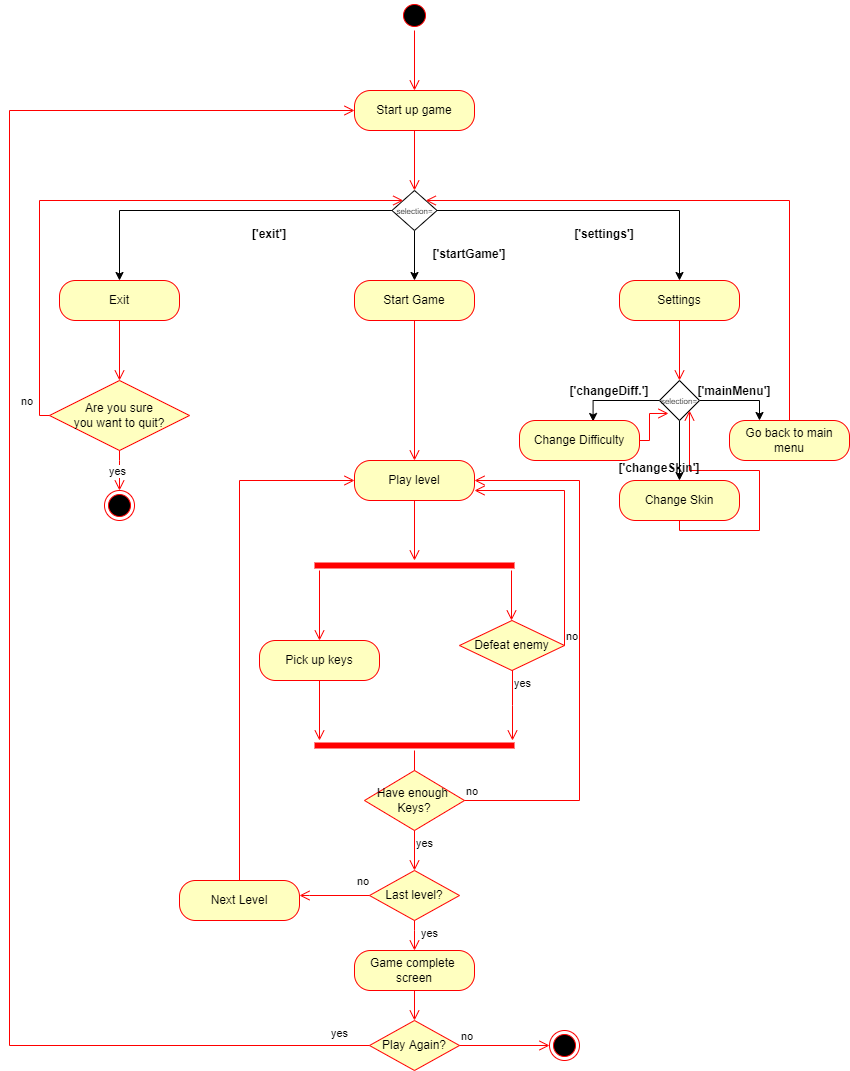
Earlier version of the draw.io export Lab6ActivityDiagram.drawio.png (BillQuain/Tactical_Chicken). Source tidied: cells renumbered, new cells last; positions are measured from the earlier drawing's top-left corner, leaving out a move shared by most shapes.
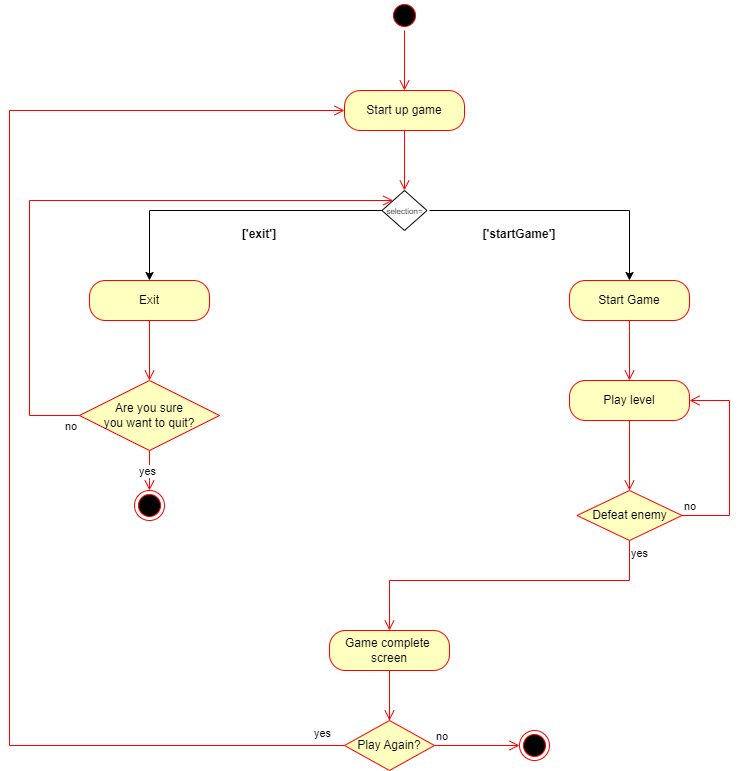
Later version of the same file.

The edit, as a diff of the source:
```diff
@@ -3,7 +3,7 @@
     <mxCell id="0" />
     <mxCell id="1" parent="0" />
     <mxCell id="2" style="ellipse;html=1;shape=endState;fillColor=#000000;strokeColor=#ff0000;" parent="1" vertex="1">
-      <mxGeometry x="540" y="1030" width="30" height="30" as="geometry" />
+      <mxGeometry x="520" y="730" width="30" height="30" as="geometry" />
     </mxCell>
     <mxCell id="3" style="ellipse;html=1;shape=startState;fillColor=#000000;strokeColor=#ff0000;" parent="1" vertex="1">
       <mxGeometry x="390" width="30" height="30" as="geometry" />
@@ -21,34 +21,40 @@
         <mxPoint x="405" y="190" as="targetPoint" />
       </mxGeometry>
     </mxCell>
-    <mxCell id="7" style="edgeStyle=orthogonalEdgeStyle;rounded=0;jettySize=auto;html=1;exitX=0.5;exitY=1;exitDx=0;exitDy=0;entryX=0.5;entryY=0;entryDx=0;entryDy=0;" parent="1" edge="1" source="10" target="11">
-      <mxGeometry relative="1" as="geometry" />
+    <mxCell id="7" style="edgeStyle=orthogonalEdgeStyle;rounded=0;jettySize=auto;html=1;entryX=0.5;entryY=0;entryDx=0;entryDy=0;" parent="1" edge="1" target="11">
+      <mxGeometry relative="1" as="geometry">
+        <mxPoint x="430" y="210" as="sourcePoint" />
+        <Array as="points">
+          <mxPoint x="630" y="210" />
+        </Array>
+      </mxGeometry>
     </mxCell>
     <mxCell id="8" style="edgeStyle=orthogonalEdgeStyle;rounded=0;jettySize=auto;html=1;exitX=0;exitY=0.5;exitDx=0;exitDy=0;entryX=0.5;entryY=0;entryDx=0;entryDy=0;" parent="1" edge="1" source="10" target="13">
       <mxGeometry relative="1" as="geometry" />
     </mxCell>
-    <mxCell id="9" style="edgeStyle=orthogonalEdgeStyle;rounded=0;jettySize=auto;html=1;exitX=1;exitY=0.5;exitDx=0;exitDy=0;entryX=0.5;entryY=0;entryDx=0;entryDy=0;" parent="1" edge="1" source="10" target="20">
-      <mxGeometry relative="1" as="geometry" />
-    </mxCell>
     <mxCell id="10" value="&lt;font style=&quot;font-size: 8px;&quot;&gt;selection=&lt;/font&gt;" style="rhombus;whiteSpace=wrap;html=1;fillColor=#FFFFFF;" parent="1" vertex="1">
       <mxGeometry x="382.5" y="190" width="45" height="40" as="geometry" />
     </mxCell>
     <mxCell id="11" value="Start Game" style="rounded=1;whiteSpace=wrap;html=1;arcSize=40;fontColor=#000000;fillColor=#ffffc0;strokeColor=#ff0000;" parent="1" vertex="1">
-      <mxGeometry x="345" y="280" width="120" height="40" as="geometry" />
+      <mxGeometry x="570" y="280" width="120" height="40" as="geometry" />
     </mxCell>
-    <mxCell id="12" style="edgeStyle=orthogonalEdgeStyle;html=1;verticalAlign=bottom;endArrow=open;endSize=8;strokeColor=#ff0000;rounded=0;entryX=0.5;entryY=0;entryDx=0;entryDy=0;" parent="1" edge="1" source="11" target="32">
-      <mxGeometry relative="1" as="geometry" />
+    <mxCell id="12" style="edgeStyle=orthogonalEdgeStyle;html=1;verticalAlign=bottom;endArrow=open;endSize=8;strokeColor=#ff0000;rounded=0;" parent="1" edge="1" source="11">
+      <mxGeometry relative="1" as="geometry">
+        <mxPoint x="630" y="380" as="targetPoint" />
+        <Array as="points">
+          <mxPoint x="630" y="330" />
+          <mxPoint x="630" y="330" />
+        </Array>
+      </mxGeometry>
     </mxCell>
     <mxCell id="13" value="Exit" style="rounded=1;whiteSpace=wrap;html=1;arcSize=40;fontColor=#000000;fillColor=#ffffc0;strokeColor=#ff0000;" parent="1" vertex="1">
-      <mxGeometry x="50" y="280" width="120" height="40" as="geometry" />
+      <mxGeometry x="90" y="280" width="120" height="40" as="geometry" />
     </mxCell>
-    <mxCell id="14" style="edgeStyle=orthogonalEdgeStyle;html=1;verticalAlign=bottom;endArrow=open;endSize=8;strokeColor=#ff0000;rounded=0;" parent="1" edge="1" source="13">
-      <mxGeometry relative="1" as="geometry">
-        <mxPoint x="110" y="380" as="targetPoint" />
-      </mxGeometry>
+    <mxCell id="14" style="edgeStyle=orthogonalEdgeStyle;html=1;verticalAlign=bottom;endArrow=open;endSize=8;strokeColor=#ff0000;rounded=0;entryX=0.5;entryY=0;entryDx=0;entryDy=0;" parent="1" edge="1" source="13" target="15">
+      <mxGeometry relative="1" as="geometry" />
     </mxCell>
     <mxCell id="15" value="Are you sure&lt;br&gt;you want to quit?" style="rhombus;whiteSpace=wrap;html=1;fillColor=#ffffc0;strokeColor=#ff0000;" parent="1" vertex="1">
-      <mxGeometry x="40" y="380" width="140" height="70" as="geometry" />
+      <mxGeometry x="80" y="380" width="140" height="70" as="geometry" />
     </mxCell>
     <mxCell id="16" value="no" style="edgeStyle=orthogonalEdgeStyle;html=1;align=left;verticalAlign=bottom;endArrow=open;endSize=8;strokeColor=#ff0000;rounded=0;entryX=0;entryY=0;entryDx=0;entryDy=0;" parent="1" edge="1" source="15" target="10">
       <mxGeometry x="-0.95" y="20" relative="1" as="geometry">
@@ -58,12 +64,11 @@
         </Array>
       </mxGeometry>
     </mxCell>
-    <mxCell id="17" style="edgeStyle=orthogonalEdgeStyle;html=1;align=left;verticalAlign=top;endArrow=open;endSize=8;strokeColor=#ff0000;rounded=0;" parent="1" edge="1" source="15">
+    <mxCell id="17" style="edgeStyle=orthogonalEdgeStyle;html=1;align=left;verticalAlign=top;endArrow=open;endSize=8;strokeColor=#ff0000;rounded=0;entryX=0.5;entryY=0;entryDx=0;entryDy=0;exitX=0.5;exitY=1;exitDx=0;exitDy=0;" parent="1" edge="1" source="15" target="19">
       <mxGeometry x="1" y="82" relative="1" as="geometry">
-        <mxPoint x="110" y="490" as="targetPoint" />
         <Array as="points">
-          <mxPoint x="110" y="460" />
-          <mxPoint x="110" y="460" />
+          <mxPoint x="150" y="480" />
+          <mxPoint x="150" y="480" />
         </Array>
         <mxPoint x="-2" y="20" as="offset" />
       </mxGeometry>
@@ -72,202 +77,63 @@
       <mxGeometry x="-0.02" y="-3" relative="1" as="geometry" />
     </mxCell>
     <mxCell id="19" style="ellipse;html=1;shape=endState;fillColor=#000000;strokeColor=#ff0000;" parent="1" vertex="1">
-      <mxGeometry x="95" y="490" width="30" height="30" as="geometry" />
+      <mxGeometry x="135" y="490" width="30" height="30" as="geometry" />
     </mxCell>
-    <mxCell id="20" value="Settings" style="rounded=1;whiteSpace=wrap;html=1;arcSize=40;fontColor=#000000;fillColor=#ffffc0;strokeColor=#ff0000;" parent="1" vertex="1">
-      <mxGeometry x="610" y="280" width="120" height="40" as="geometry" />
-    </mxCell>
-    <mxCell id="21" style="edgeStyle=orthogonalEdgeStyle;html=1;verticalAlign=bottom;endArrow=open;endSize=8;strokeColor=#ff0000;rounded=0;entryX=0.5;entryY=0;entryDx=0;entryDy=0;" parent="1" edge="1" source="20" target="25">
-      <mxGeometry relative="1" as="geometry" />
-    </mxCell>
-    <mxCell id="22" style="edgeStyle=orthogonalEdgeStyle;rounded=0;jettySize=auto;html=1;exitX=1;exitY=0.5;exitDx=0;exitDy=0;entryX=0.25;entryY=0;entryDx=0;entryDy=0;" parent="1" edge="1" source="25" target="28">
-      <mxGeometry relative="1" as="geometry" />
-    </mxCell>
-    <mxCell id="23" style="edgeStyle=orthogonalEdgeStyle;rounded=0;jettySize=auto;html=1;exitX=0;exitY=0.5;exitDx=0;exitDy=0;entryX=0.613;entryY=0.025;entryDx=0;entryDy=0;entryPerimeter=0;" parent="1" edge="1" source="25" target="30">
-      <mxGeometry relative="1" as="geometry" />
-    </mxCell>
-    <mxCell id="24" style="edgeStyle=orthogonalEdgeStyle;rounded=0;jettySize=auto;html=1;" parent="1" edge="1" source="25" target="26">
-      <mxGeometry relative="1" as="geometry" />
-    </mxCell>
-    <mxCell id="25" value="&lt;font style=&quot;font-size: 8px;&quot;&gt;selection=&lt;/font&gt;" style="rhombus;whiteSpace=wrap;html=1;fillColor=#FFFFFF;" parent="1" vertex="1">
-      <mxGeometry x="650" y="380" width="40" height="40" as="geometry" />
-    </mxCell>
-    <mxCell id="26" value="Change Skin" style="rounded=1;whiteSpace=wrap;html=1;arcSize=40;fontColor=#000000;fillColor=#ffffc0;strokeColor=#ff0000;" parent="1" vertex="1">
-      <mxGeometry x="610" y="480" width="120" height="40" as="geometry" />
-    </mxCell>
-    <mxCell id="27" style="edgeStyle=orthogonalEdgeStyle;html=1;verticalAlign=bottom;endArrow=open;endSize=8;strokeColor=#ff0000;rounded=0;entryX=1;entryY=1;entryDx=0;entryDy=0;" parent="1" edge="1" source="26" target="25">
-      <mxGeometry relative="1" as="geometry">
-        <Array as="points">
-          <mxPoint x="670" y="530" />
-          <mxPoint x="750" y="530" />
-          <mxPoint x="750" y="470" />
-          <mxPoint x="680" y="470" />
-        </Array>
-      </mxGeometry>
-    </mxCell>
-    <mxCell id="28" value="Go back to main&lt;br&gt;menu" style="rounded=1;whiteSpace=wrap;html=1;arcSize=40;fontColor=#000000;fillColor=#ffffc0;strokeColor=#ff0000;" parent="1" vertex="1">
-      <mxGeometry x="720" y="420" width="120" height="40" as="geometry" />
-    </mxCell>
-    <mxCell id="29" style="edgeStyle=orthogonalEdgeStyle;html=1;verticalAlign=bottom;endArrow=open;endSize=8;strokeColor=#ff0000;rounded=0;entryX=1;entryY=0;entryDx=0;entryDy=0;" parent="1" edge="1" source="28" target="10">
-      <mxGeometry relative="1" as="geometry">
-        <Array as="points">
-          <mxPoint x="780" y="200" />
-        </Array>
-      </mxGeometry>
-    </mxCell>
-    <mxCell id="30" value="Change Difficulty" style="rounded=1;whiteSpace=wrap;html=1;arcSize=40;fontColor=#000000;fillColor=#ffffc0;strokeColor=#ff0000;" parent="1" vertex="1">
-      <mxGeometry x="510" y="420" width="120" height="40" as="geometry" />
-    </mxCell>
-    <mxCell id="31" style="edgeStyle=orthogonalEdgeStyle;html=1;verticalAlign=bottom;endArrow=open;endSize=8;strokeColor=#ff0000;rounded=0;entryX=0.224;entryY=0.824;entryDx=0;entryDy=0;entryPerimeter=0;" parent="1" edge="1" source="30" target="25">
-      <mxGeometry relative="1" as="geometry" />
-    </mxCell>
     <mxCell id="32" value="Play level" style="rounded=1;whiteSpace=wrap;html=1;arcSize=40;fontColor=#000000;fillColor=#ffffc0;strokeColor=#ff0000;" parent="1" vertex="1">
-      <mxGeometry x="345" y="460" width="120" height="40" as="geometry" />
+      <mxGeometry x="570" y="380" width="120" height="40" as="geometry" />
     </mxCell>
-    <mxCell id="33" style="edgeStyle=orthogonalEdgeStyle;html=1;verticalAlign=bottom;endArrow=open;endSize=8;strokeColor=#ff0000;rounded=0;" parent="1" edge="1" source="32">
-      <mxGeometry relative="1" as="geometry">
-        <mxPoint x="405" y="560" as="targetPoint" />
-      </mxGeometry>
+    <mxCell id="33" style="edgeStyle=orthogonalEdgeStyle;html=1;verticalAlign=bottom;endArrow=open;endSize=8;strokeColor=#ff0000;rounded=0;entryX=0.5;entryY=0;entryDx=0;entryDy=0;" parent="1" edge="1" source="32" target="50">
+      <mxGeometry relative="1" as="geometry" />
     </mxCell>
-    <mxCell id="34" style="shape=line;html=1;strokeWidth=6;strokeColor=#ff0000;" parent="1" vertex="1">
-      <mxGeometry x="305" y="560" width="200" height="10" as="geometry" />
-    </mxCell>
-    <mxCell id="35" style="edgeStyle=orthogonalEdgeStyle;html=1;verticalAlign=bottom;endArrow=open;endSize=8;strokeColor=#ff0000;rounded=0;" parent="1" edge="1" source="34">
-      <mxGeometry relative="1" as="geometry">
-        <mxPoint x="310" y="640" as="targetPoint" />
-        <Array as="points">
-          <mxPoint x="310" y="640" />
-        </Array>
-      </mxGeometry>
-    </mxCell>
-    <mxCell id="36" value="Pick up keys" style="rounded=1;whiteSpace=wrap;html=1;arcSize=40;fontColor=#000000;fillColor=#ffffc0;strokeColor=#ff0000;" parent="1" vertex="1">
-      <mxGeometry x="250" y="640" width="120" height="40" as="geometry" />
-    </mxCell>
-    <mxCell id="37" style="edgeStyle=orthogonalEdgeStyle;html=1;verticalAlign=bottom;endArrow=open;endSize=8;strokeColor=#ff0000;rounded=0;" parent="1" edge="1" source="36">
-      <mxGeometry relative="1" as="geometry">
-        <mxPoint x="310" y="740" as="targetPoint" />
-      </mxGeometry>
-    </mxCell>
-    <mxCell id="38" style="shape=line;html=1;strokeWidth=6;strokeColor=#ff0000;" parent="1" vertex="1">
-      <mxGeometry x="305" y="740" width="200" height="10" as="geometry" />
-    </mxCell>
-    <mxCell id="39" style="edgeStyle=orthogonalEdgeStyle;html=1;verticalAlign=bottom;endArrow=open;endSize=8;strokeColor=#ff0000;rounded=0;" parent="1" edge="1" source="38">
-      <mxGeometry relative="1" as="geometry">
-        <mxPoint x="405" y="820" as="targetPoint" />
-      </mxGeometry>
-    </mxCell>
-    <mxCell id="40" value="Have enough&amp;nbsp;&lt;br&gt;Keys?" style="rhombus;whiteSpace=wrap;html=1;fillColor=#ffffc0;strokeColor=#ff0000;" parent="1" vertex="1">
-      <mxGeometry x="355" y="770" width="100" height="60" as="geometry" />
-    </mxCell>
-    <mxCell id="41" value="no" style="edgeStyle=orthogonalEdgeStyle;html=1;align=left;verticalAlign=bottom;endArrow=open;endSize=8;strokeColor=#ff0000;rounded=0;entryX=1;entryY=0.5;entryDx=0;entryDy=0;" parent="1" edge="1" source="40" target="32">
-      <mxGeometry x="-1" relative="1" as="geometry">
-        <Array as="points">
-          <mxPoint x="570" y="800" />
-          <mxPoint x="570" y="480" />
-        </Array>
-      </mxGeometry>
-    </mxCell>
-    <mxCell id="42" value="yes" style="edgeStyle=orthogonalEdgeStyle;html=1;align=left;verticalAlign=top;endArrow=open;endSize=8;strokeColor=#ff0000;rounded=0;" parent="1" edge="1" source="40">
-      <mxGeometry x="-1" relative="1" as="geometry">
-        <mxPoint x="405" y="870" as="targetPoint" />
-        <Array as="points">
-          <mxPoint x="405" y="870" />
-        </Array>
-      </mxGeometry>
-    </mxCell>
-    <mxCell id="43" value="Last level?" style="rhombus;whiteSpace=wrap;html=1;fillColor=#ffffc0;strokeColor=#ff0000;" parent="1" vertex="1">
-      <mxGeometry x="360" y="870" width="90" height="50" as="geometry" />
-    </mxCell>
-    <mxCell id="44" value="no" style="edgeStyle=orthogonalEdgeStyle;html=1;align=left;verticalAlign=bottom;endArrow=open;endSize=8;strokeColor=#ff0000;rounded=0;" parent="1" edge="1" source="43">
-      <mxGeometry x="-0.6" y="-5" relative="1" as="geometry">
-        <mxPoint x="290" y="895" as="targetPoint" />
-        <Array as="points">
-          <mxPoint x="300" y="895" />
-          <mxPoint x="300" y="895" />
-        </Array>
-      </mxGeometry>
-    </mxCell>
-    <mxCell id="45" value="yes" style="edgeStyle=orthogonalEdgeStyle;html=1;align=left;verticalAlign=top;endArrow=open;endSize=8;strokeColor=#ff0000;rounded=0;" parent="1" edge="1" source="43">
-      <mxGeometry x="-1" y="5" relative="1" as="geometry">
-        <mxPoint x="405" y="950" as="targetPoint" />
-        <Array as="points">
-          <mxPoint x="405" y="930" />
-          <mxPoint x="405" y="930" />
-        </Array>
-      </mxGeometry>
-    </mxCell>
-    <mxCell id="46" value="Next Level" style="rounded=1;whiteSpace=wrap;html=1;arcSize=40;fontColor=#000000;fillColor=#ffffc0;strokeColor=#ff0000;" parent="1" vertex="1">
-      <mxGeometry x="170" y="880" width="120" height="40" as="geometry" />
-    </mxCell>
-    <mxCell id="47" style="edgeStyle=orthogonalEdgeStyle;html=1;verticalAlign=bottom;endArrow=open;endSize=8;strokeColor=#ff0000;rounded=0;entryX=0;entryY=0.5;entryDx=0;entryDy=0;" parent="1" edge="1" source="46" target="32">
-      <mxGeometry relative="1" as="geometry">
-        <Array as="points">
-          <mxPoint x="230" y="480" />
-        </Array>
-      </mxGeometry>
-    </mxCell>
     <mxCell id="48" value="Game complete&amp;nbsp;&lt;br&gt;screen" style="rounded=1;whiteSpace=wrap;html=1;arcSize=40;fontColor=#000000;fillColor=#ffffc0;strokeColor=#ff0000;" parent="1" vertex="1">
-      <mxGeometry x="345" y="950" width="120" height="40" as="geometry" />
+      <mxGeometry x="330" y="630" width="120" height="40" as="geometry" />
     </mxCell>
-    <mxCell id="49" style="edgeStyle=orthogonalEdgeStyle;html=1;verticalAlign=bottom;endArrow=open;endSize=8;strokeColor=#ff0000;rounded=0;entryX=0.5;entryY=0;entryDx=0;entryDy=0;" parent="1" edge="1" source="48" target="60">
-      <mxGeometry relative="1" as="geometry" />
+    <mxCell id="49" style="edgeStyle=orthogonalEdgeStyle;html=1;verticalAlign=bottom;endArrow=open;endSize=8;strokeColor=#ff0000;rounded=0;" parent="1" edge="1" source="60">
+      <mxGeometry relative="1" as="geometry">
+        <mxPoint x="390" y="720" as="targetPoint" />
+      </mxGeometry>
     </mxCell>
     <mxCell id="50" value="Defeat enemy" style="rhombus;whiteSpace=wrap;html=1;fillColor=#ffffc0;strokeColor=#ff0000;" parent="1" vertex="1">
-      <mxGeometry x="450" y="620" width="105" height="50" as="geometry" />
+      <mxGeometry x="577.5" y="490" width="105" height="50" as="geometry" />
     </mxCell>
     <mxCell id="51" value="no" style="edgeStyle=orthogonalEdgeStyle;html=1;align=left;verticalAlign=bottom;endArrow=open;endSize=8;strokeColor=#ff0000;rounded=0;exitX=1;exitY=0.5;exitDx=0;exitDy=0;" parent="1" edge="1" source="50" target="32">
       <mxGeometry x="-1" relative="1" as="geometry">
         <Array as="points">
-          <mxPoint x="555" y="490" />
+          <mxPoint x="730" y="515" />
+          <mxPoint x="730" y="400" />
         </Array>
       </mxGeometry>
     </mxCell>
-    <mxCell id="52" value="yes" style="edgeStyle=orthogonalEdgeStyle;html=1;align=left;verticalAlign=top;endArrow=open;endSize=8;strokeColor=#ff0000;rounded=0;" parent="1" edge="1" source="50">
+    <mxCell id="52" value="yes" style="edgeStyle=orthogonalEdgeStyle;html=1;align=left;verticalAlign=top;endArrow=open;endSize=8;strokeColor=#ff0000;rounded=0;entryX=0.5;entryY=0;entryDx=0;entryDy=0;" parent="1" edge="1" source="50" target="48">
       <mxGeometry x="-1" relative="1" as="geometry">
-        <mxPoint x="503" y="740" as="targetPoint" />
         <Array as="points">
-          <mxPoint x="503" y="705" />
-          <mxPoint x="503" y="705" />
-          <mxPoint x="503" y="740" />
+          <mxPoint x="630" y="580" />
+          <mxPoint x="390" y="580" />
         </Array>
       </mxGeometry>
     </mxCell>
-    <mxCell id="53" style="edgeStyle=orthogonalEdgeStyle;html=1;verticalAlign=bottom;endArrow=open;endSize=8;strokeColor=#ff0000;rounded=0;exitX=0.985;exitY=1;exitDx=0;exitDy=0;exitPerimeter=0;" parent="1" edge="1" source="34">
-      <mxGeometry relative="1" as="geometry">
-        <mxPoint x="502" y="620" as="targetPoint" />
-      </mxGeometry>
-    </mxCell>
     <mxCell id="54" value="['exit']" style="text;align=center;fontStyle=1;verticalAlign=middle;spacingLeft=3;spacingRight=3;strokeColor=none;" parent="1" vertex="1">
       <mxGeometry x="220" y="220" width="80" height="26" as="geometry" />
     </mxCell>
     <mxCell id="55" value="['startGame']" style="text;align=center;fontStyle=1;verticalAlign=middle;spacingLeft=3;spacingRight=3;strokeColor=none;" parent="1" vertex="1">
-      <mxGeometry x="420" y="240" width="80" height="26" as="geometry" />
+      <mxGeometry x="480" y="220" width="80" height="26" as="geometry" />
     </mxCell>
-    <mxCell id="56" value="['settings']" style="text;align=center;fontStyle=1;verticalAlign=middle;spacingLeft=3;spacingRight=3;strokeColor=none;" parent="1" vertex="1">
-      <mxGeometry x="555" y="220" width="80" height="26" as="geometry" />
-    </mxCell>
-    <mxCell id="57" value="['changeDiff.']" style="text;align=center;fontStyle=1;verticalAlign=middle;spacingLeft=3;spacingRight=3;strokeColor=none;" parent="1" vertex="1">
-      <mxGeometry x="590" y="380" width="20" height="20" as="geometry" />
-    </mxCell>
-    <mxCell id="58" value="['mainMenu']" style="text;align=center;fontStyle=1;verticalAlign=middle;spacingLeft=3;spacingRight=3;strokeColor=none;" parent="1" vertex="1">
-      <mxGeometry x="710" y="385" width="30" height="10" as="geometry" />
-    </mxCell>
-    <mxCell id="59" value="['changeSkin']" style="text;align=center;fontStyle=1;verticalAlign=middle;spacingLeft=3;spacingRight=3;strokeColor=none;" parent="1" vertex="1">
-      <mxGeometry x="610" y="454" width="80" height="26" as="geometry" />
-    </mxCell>
-    <mxCell id="60" value="Play Again?" style="rhombus;whiteSpace=wrap;html=1;fillColor=#ffffc0;strokeColor=#ff0000;" parent="1" vertex="1">
-      <mxGeometry x="360" y="1020" width="90" height="50" as="geometry" />
-    </mxCell>
     <mxCell id="61" value="no" style="edgeStyle=orthogonalEdgeStyle;html=1;align=left;verticalAlign=bottom;endArrow=open;endSize=8;strokeColor=#ff0000;rounded=0;entryX=0;entryY=0.5;entryDx=0;entryDy=0;" parent="1" edge="1" source="60" target="2">
       <mxGeometry x="-1" relative="1" as="geometry" />
     </mxCell>
     <mxCell id="62" value="yes" style="edgeStyle=orthogonalEdgeStyle;html=1;align=left;verticalAlign=top;endArrow=open;endSize=8;strokeColor=#ff0000;rounded=0;entryX=0;entryY=0.5;entryDx=0;entryDy=0;" parent="1" edge="1" source="60" target="5">
       <mxGeometry x="-0.95" y="-25" relative="1" as="geometry">
         <Array as="points">
-          <mxPoint y="1045" />
-          <mxPoint y="110" />
+          <mxPoint x="10" y="745" />
+          <mxPoint x="10" y="110" />
         </Array>
       </mxGeometry>
     </mxCell>
+    <mxCell id="63" style="edgeStyle=orthogonalEdgeStyle;html=1;verticalAlign=bottom;endArrow=open;endSize=8;strokeColor=#ff0000;rounded=0;" parent="1" edge="1" source="48" target="60">
+      <mxGeometry relative="1" as="geometry" />
+    </mxCell>
+    <mxCell id="60" value="Play Again?" style="rhombus;whiteSpace=wrap;html=1;fillColor=#ffffc0;strokeColor=#ff0000;" parent="1" vertex="1">
+      <mxGeometry x="345" y="720" width="90" height="50" as="geometry" />
+    </mxCell>
   </root>
 </mxGraphModel>
```
